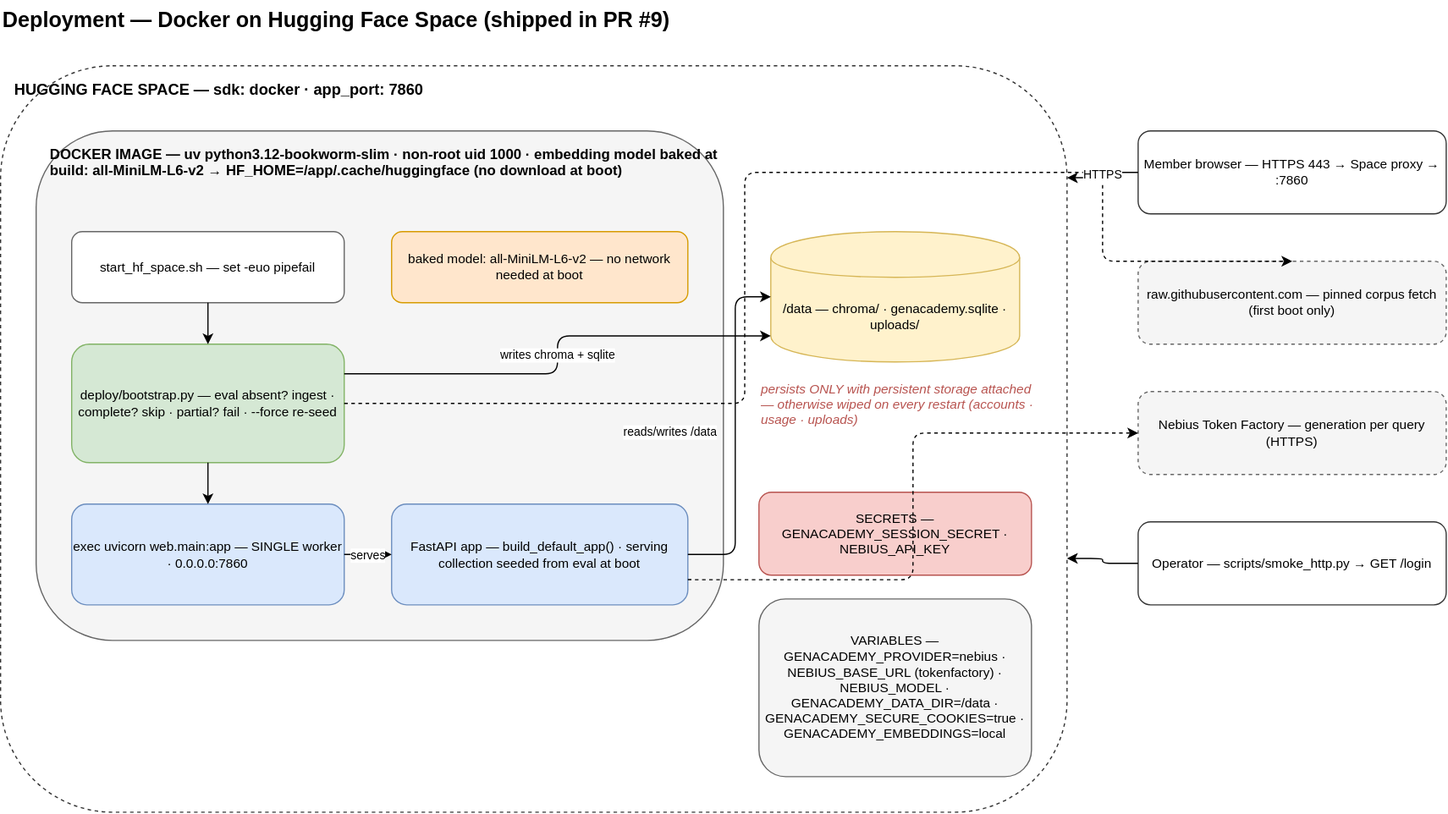
The draw.io diagram docs/diagrams/04-deployment-hf-space.svg in manjunath84/genacademy-rag, before a commit. Source tidied: cells renumbered, new cells last; positions are measured from the earlier drawing's top-left corner, leaving out a move shared by most shapes.
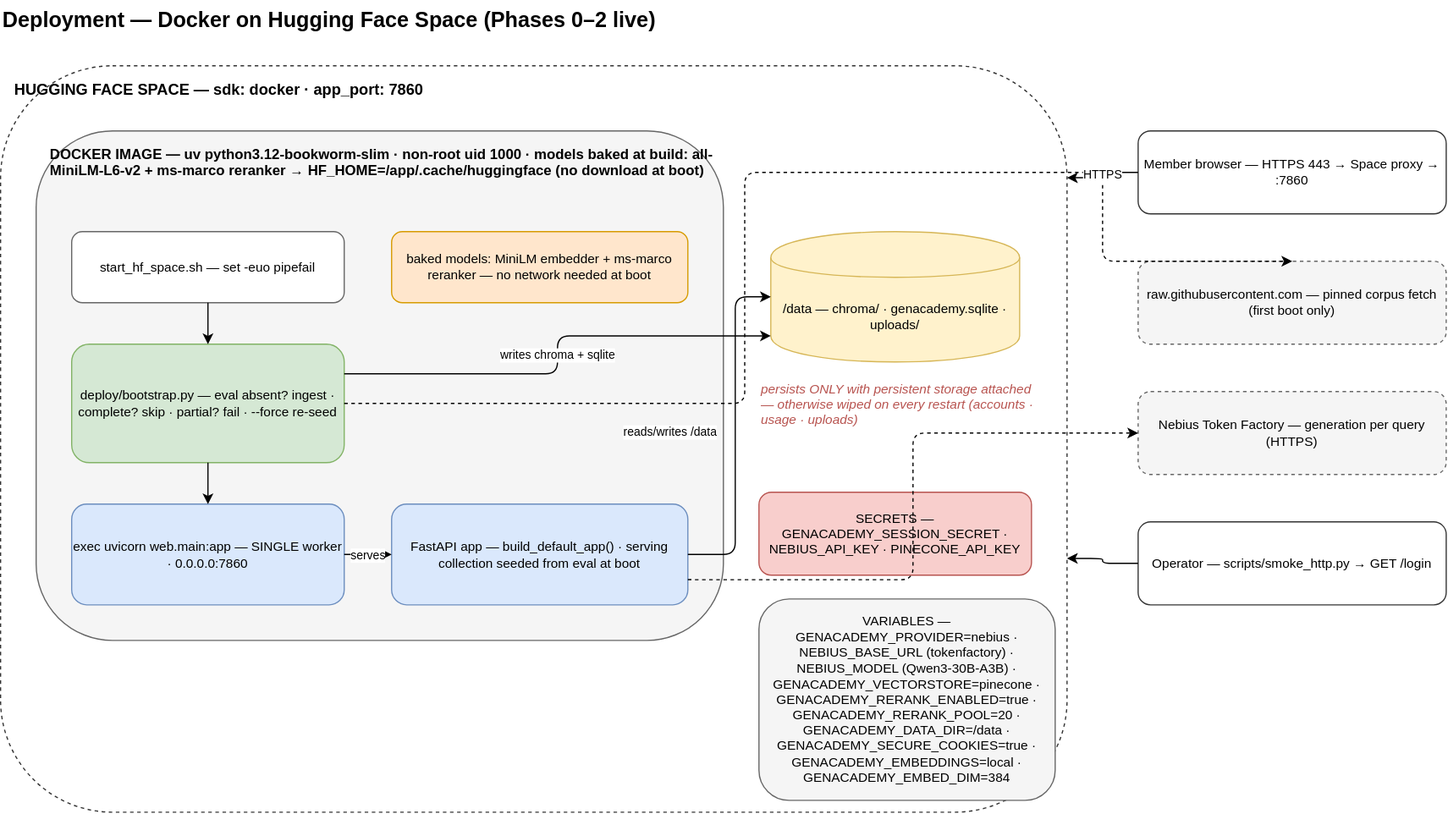
The same diagram one commit later.

Commit message:
docs: refresh architecture diagrams for rerank-live posture

What changed in the source:
```diff
@@ -2,13 +2,13 @@
   <root>
     <mxCell id="0" />
     <mxCell id="1" parent="0" />
-    <mxCell id="2" value="Deployment — Docker on Hugging Face Space (shipped in PR #9)" style="text;html=1;fontSize=18;fontStyle=1;" parent="1" vertex="1">
+    <mxCell id="2" value="Deployment — Docker on Hugging Face Space (Phases 0–2 live)" style="text;html=1;fontSize=18;fontStyle=1;" parent="1" vertex="1">
       <mxGeometry width="700" height="30" as="geometry" />
     </mxCell>
     <mxCell id="3" value="HUGGING FACE SPACE — sdk: docker · app_port: 7860" style="rounded=1;whiteSpace=wrap;html=1;dashed=1;verticalAlign=top;align=left;spacingLeft=10;spacingTop=6;fontStyle=1;fontSize=13;fillColor=none;strokeColor=#333333;" parent="1" vertex="1">
       <mxGeometry y="55" width="900" height="630" as="geometry" />
     </mxCell>
-    <mxCell id="4" value="DOCKER IMAGE — uv python3.12-bookworm-slim · non-root uid 1000 · embedding model baked at build: all-MiniLM-L6-v2 → HF_HOME=/app/.cache/huggingface (no download at boot)" style="rounded=1;whiteSpace=wrap;html=1;verticalAlign=top;align=left;spacingLeft=10;spacingTop=6;fontStyle=1;fontSize=12;fillColor=#f5f5f5;strokeColor=#666666;" parent="1" vertex="1">
+    <mxCell id="4" value="DOCKER IMAGE — uv python3.12-bookworm-slim · non-root uid 1000 · models baked at build: all-MiniLM-L6-v2 + ms-marco reranker → HF_HOME=/app/.cache/huggingface (no download at boot)" style="rounded=1;whiteSpace=wrap;html=1;verticalAlign=top;align=left;spacingLeft=10;spacingTop=6;fontStyle=1;fontSize=12;fillColor=#f5f5f5;strokeColor=#666666;" parent="1" vertex="1">
       <mxGeometry x="30" y="110" width="580" height="430" as="geometry" />
     </mxCell>
     <mxCell id="5" value="start_hf_space.sh — set -euo pipefail" style="rounded=1;whiteSpace=wrap;html=1;fillColor=#ffffff;strokeColor=#666666;fontSize=11;" parent="1" vertex="1">
@@ -23,7 +23,7 @@
     <mxCell id="8" value="FastAPI app — build_default_app() · serving collection seeded from eval at boot" style="rounded=1;whiteSpace=wrap;html=1;fillColor=#dae8fc;strokeColor=#6c8ebf;fontSize=11;" parent="1" vertex="1">
       <mxGeometry x="330" y="425" width="250" height="85" as="geometry" />
     </mxCell>
-    <mxCell id="9" value="baked model: all-MiniLM-L6-v2 — no network needed at boot" style="rounded=1;whiteSpace=wrap;html=1;fillColor=#ffe6cc;strokeColor=#d79b00;fontSize=11;" parent="1" vertex="1">
+    <mxCell id="9" value="baked models: MiniLM embedder + ms-marco reranker — no network needed at boot" style="rounded=1;whiteSpace=wrap;html=1;fillColor=#ffe6cc;strokeColor=#d79b00;fontSize=11;" parent="1" vertex="1">
       <mxGeometry x="330" y="195" width="250" height="60" as="geometry" />
     </mxCell>
     <mxCell id="10" value="/data — chroma/ · genacademy.sqlite · uploads/" style="shape=cylinder;whiteSpace=wrap;html=1;boundedLbl=1;fillColor=#fff2cc;strokeColor=#d6b656;fontSize=11;" parent="1" vertex="1">
@@ -32,11 +32,11 @@
     <mxCell id="11" value="persists ONLY with persistent storage attached — otherwise wiped on every restart (accounts · usage · uploads)" style="text;html=1;whiteSpace=wrap;fontStyle=2;fontColor=#b85450;fontSize=11;" parent="1" vertex="1">
       <mxGeometry x="640" y="315" width="240" height="80" as="geometry" />
     </mxCell>
-    <mxCell id="12" value="SECRETS — GENACADEMY_SESSION_SECRET · NEBIUS_API_KEY" style="rounded=1;whiteSpace=wrap;html=1;fillColor=#f8cecc;strokeColor=#b85450;fontSize=11;" parent="1" vertex="1">
+    <mxCell id="12" value="SECRETS — GENACADEMY_SESSION_SECRET · NEBIUS_API_KEY · PINECONE_API_KEY" style="rounded=1;whiteSpace=wrap;html=1;fillColor=#f8cecc;strokeColor=#b85450;fontSize=11;" parent="1" vertex="1">
       <mxGeometry x="640" y="415" width="230" height="70" as="geometry" />
     </mxCell>
-    <mxCell id="13" value="VARIABLES — GENACADEMY_PROVIDER=nebius · NEBIUS_BASE_URL (tokenfactory) · NEBIUS_MODEL · GENACADEMY_DATA_DIR=/data · GENACADEMY_SECURE_COOKIES=true · GENACADEMY_EMBEDDINGS=local" style="rounded=1;whiteSpace=wrap;html=1;fillColor=#f5f5f5;strokeColor=#666666;fontSize=11;" parent="1" vertex="1">
-      <mxGeometry x="640" y="505" width="230" height="150" as="geometry" />
+    <mxCell id="13" value="VARIABLES — GENACADEMY_PROVIDER=nebius · NEBIUS_BASE_URL (tokenfactory) · NEBIUS_MODEL (Qwen3-30B-A3B) · GENACADEMY_VECTORSTORE=pinecone · GENACADEMY_RERANK_ENABLED=true · GENACADEMY_RERANK_POOL=20 · GENACADEMY_DATA_DIR=/data · GENACADEMY_SECURE_COOKIES=true · GENACADEMY_EMBEDDINGS=local · GENACADEMY_EMBED_DIM=384" style="rounded=1;whiteSpace=wrap;html=1;fillColor=#f5f5f5;strokeColor=#666666;fontSize=11;" parent="1" vertex="1">
+      <mxGeometry x="640" y="505" width="250" height="170" as="geometry" />
     </mxCell>
     <mxCell id="14" value="Member browser — HTTPS 443 → Space proxy → :7860" style="rounded=1;whiteSpace=wrap;html=1;fillColor=#ffffff;strokeColor=#333333;fontSize=11;" parent="1" vertex="1">
       <mxGeometry x="960" y="110" width="260" height="70" as="geometry" />
```
